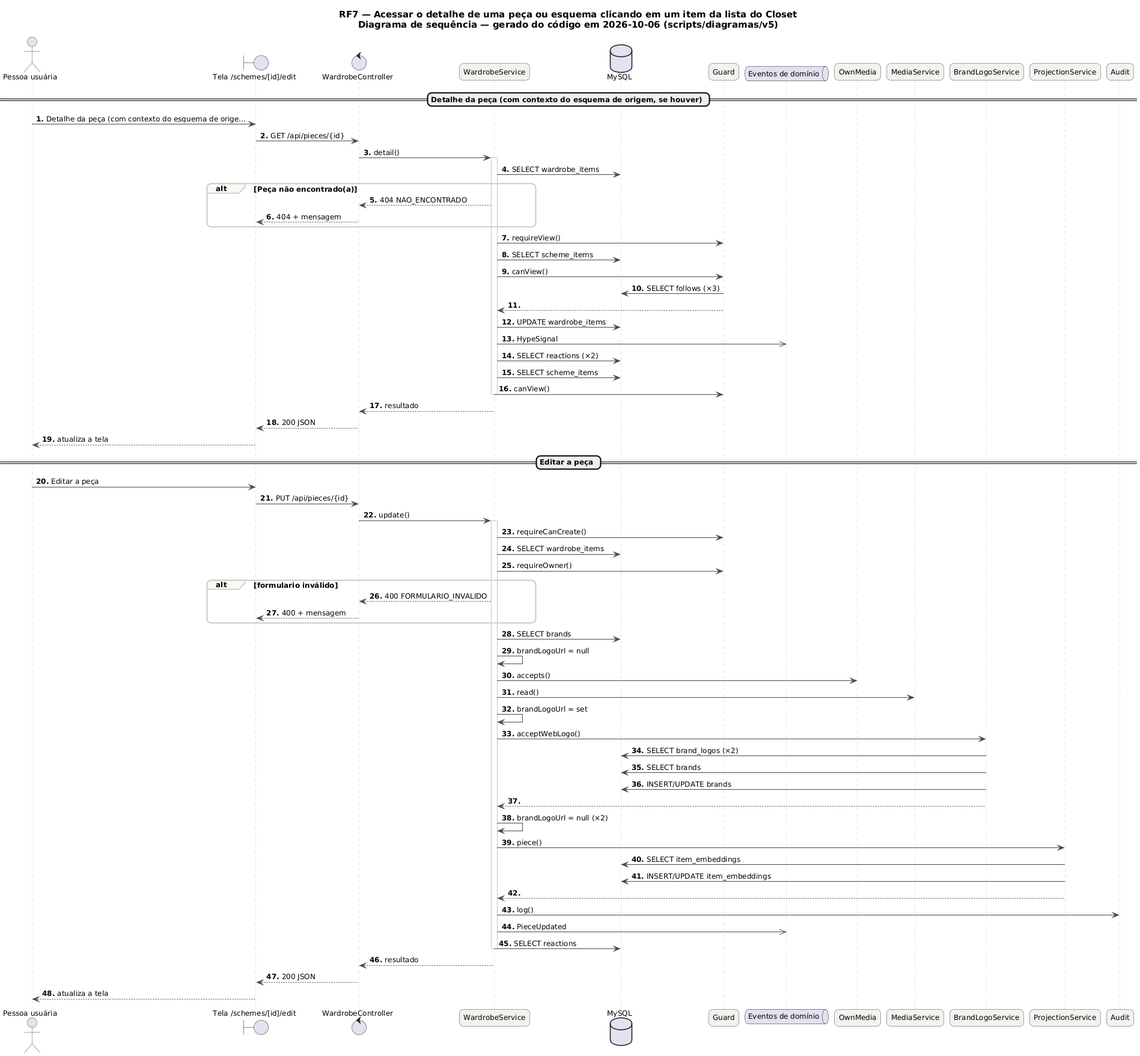
Earlier version of the PlantUML export docs/diagramas/RF7/RF7_Sequencia.png (MatheusHaliski/tcc-2026-fashion-ai-backend).
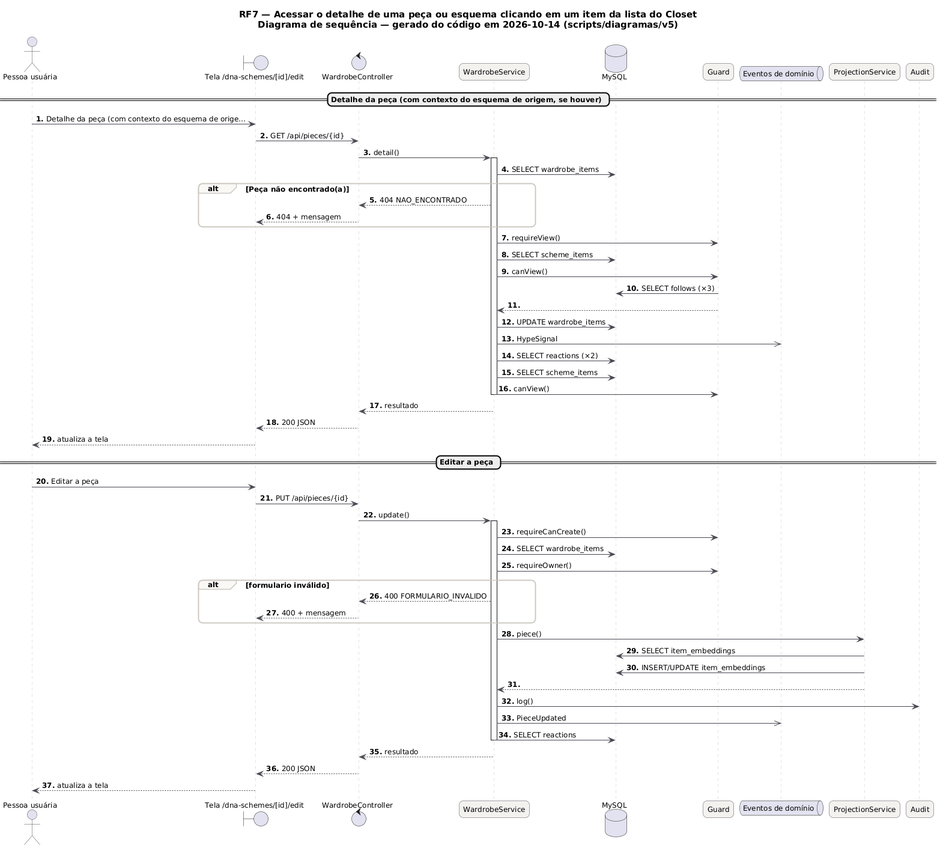
After the change.

Change to the diagram source:
```diff
@@ -21,18 +21,15 @@
   GroupBackgroundColor #FAF8F5
 }
 autonumber "<b>0."
-title RF7 — Acessar o detalhe de uma peça ou esquema clicando em um item da lista do Closet\nDiagrama de sequência — gerado do código em 2026-10-06 (scripts/diagramas/v5)
+title RF7 — Acessar o detalhe de uma peça ou esquema clicando em um item da lista do Closet\nDiagrama de sequência — gerado do código em 2026-10-14 (scripts/diagramas/v5)
 
 actor "Pessoa usuária" as U
-boundary "Tela /schemes/[id]/edit" as P
+boundary "Tela /dna-schemes/[id]/edit" as P
 control "WardrobeController" as WardrobeController
 participant "WardrobeService" as WardrobeService
 database "MySQL" as DB_MySQL
 participant "Guard" as Guard
 queue "Eventos de domínio" as EV
-participant "OwnMedia" as OwnMedia
-participant "MediaService" as MediaService
-participant "BrandLogoService" as BrandLogoService
 participant "ProjectionService" as ProjectionService
 participant "Audit" as Audit
 == Detalhe da peça (com contexto do esquema de origem, se houver) ==
@@ -71,17 +68,6 @@
 WardrobeService --> WardrobeController : 400 FORMULARIO_INVALIDO
 WardrobeController --> P : 400 + mensagem
 end
-WardrobeService -> DB_MySQL : SELECT brands
-WardrobeService -> WardrobeService : brandLogoUrl = null
-WardrobeService -> OwnMedia : accepts()
-WardrobeService -> MediaService : read()
-WardrobeService -> WardrobeService : brandLogoUrl = set
-WardrobeService -> BrandLogoService : acceptWebLogo()
-BrandLogoService -> DB_MySQL : SELECT brand_logos (×2)
-BrandLogoService -> DB_MySQL : SELECT brands
-BrandLogoService -> DB_MySQL : INSERT/UPDATE brands
-BrandLogoService --> WardrobeService
-WardrobeService -> WardrobeService : brandLogoUrl = null (×2)
 WardrobeService -> ProjectionService : piece()
 ProjectionService -> DB_MySQL : SELECT item_embeddings
 ProjectionService -> DB_MySQL : INSERT/UPDATE item_embeddings
```
